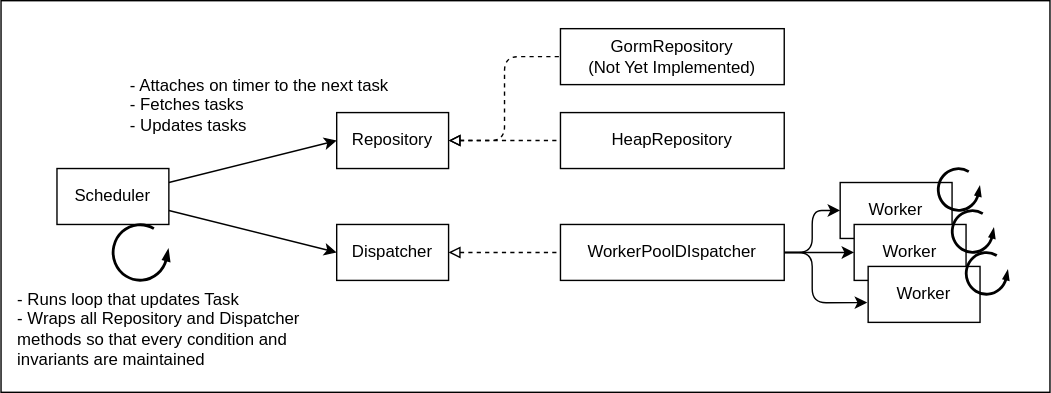
Before: arch.drawio.svg, a diagram exported from draw.io (ngicks/gokugen). Source tidied: cells renumbered, new cells last; positions are measured from the earlier drawing's top-left corner, leaving out a move shared by most shapes.
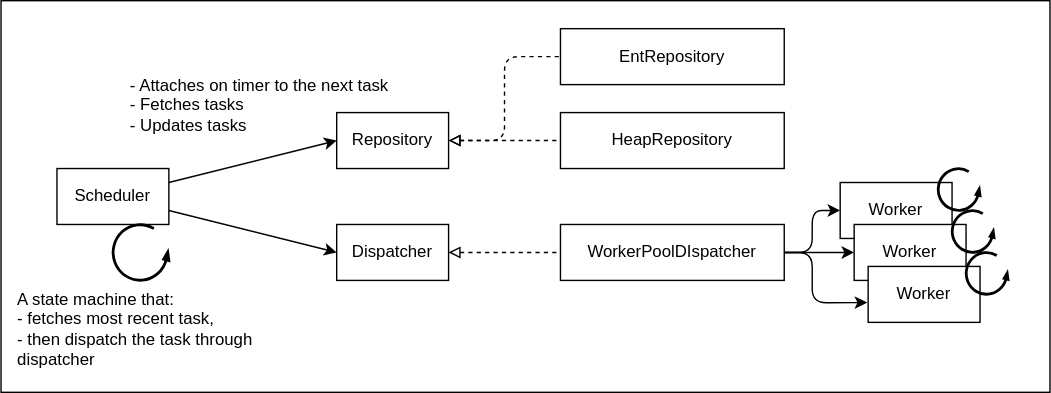
After the commit.

Diff of the diagram source:
```diff
@@ -56,7 +56,7 @@
     <mxCell id="14" value="HeapRepository" style="rounded=0;whiteSpace=wrap;html=1;strokeColor=#000000;" parent="1" vertex="1">
       <mxGeometry x="400" y="80" width="160" height="40" as="geometry" />
     </mxCell>
-    <mxCell id="15" value="GormRepository&lt;br&gt;(Not Yet Implemented)" style="rounded=0;whiteSpace=wrap;html=1;strokeColor=#000000;" parent="1" vertex="1">
+    <mxCell id="15" value="EntRepository" style="rounded=0;whiteSpace=wrap;html=1;strokeColor=#000000;" parent="1" vertex="1">
       <mxGeometry x="400" y="20" width="160" height="40" as="geometry" />
     </mxCell>
     <mxCell id="16" style="endArrow=none;dashed=1;html=1;exitX=1;exitY=0.5;exitDx=0;exitDy=0;startArrow=block;startFill=0;entryX=0;entryY=0.5;entryDx=0;entryDy=0;strokeColor=#000000;" parent="1" edge="1" source="6" target="15">
@@ -73,7 +73,7 @@
     <mxCell id="18" style="verticalLabelPosition=bottom;html=1;verticalAlign=top;strokeWidth=2;shape=mxgraph.lean_mapping.physical_pull;fontColor=#000000;fillColor=#000000;strokeColor=#000000;" parent="1" vertex="1">
       <mxGeometry x="80" y="160" width="40" height="40" as="geometry" />
     </mxCell>
-    <mxCell id="19" value="- Runs loop that updates Task&lt;br&gt;- Wraps all Repository and Dispatcher methods so that every condition and invariants are maintained" style="text;html=1;strokeColor=none;fillColor=none;align=left;verticalAlign=middle;whiteSpace=wrap;rounded=0;fontColor=#000000;" parent="1" vertex="1">
+    <mxCell id="19" value="A state machine that:&lt;br&gt;- fetches most recent task,&lt;br&gt;- then dispatch the task through dispatcher" style="text;html=1;strokeColor=none;fillColor=none;align=left;verticalAlign=middle;whiteSpace=wrap;rounded=0;fontColor=#000000;" parent="1" vertex="1">
       <mxGeometry x="10" y="200" width="210" height="70" as="geometry" />
     </mxCell>
     <mxCell id="20" value="Worker" style="rounded=0;whiteSpace=wrap;html=1;strokeColor=#000000;" parent="1" vertex="1">
```
